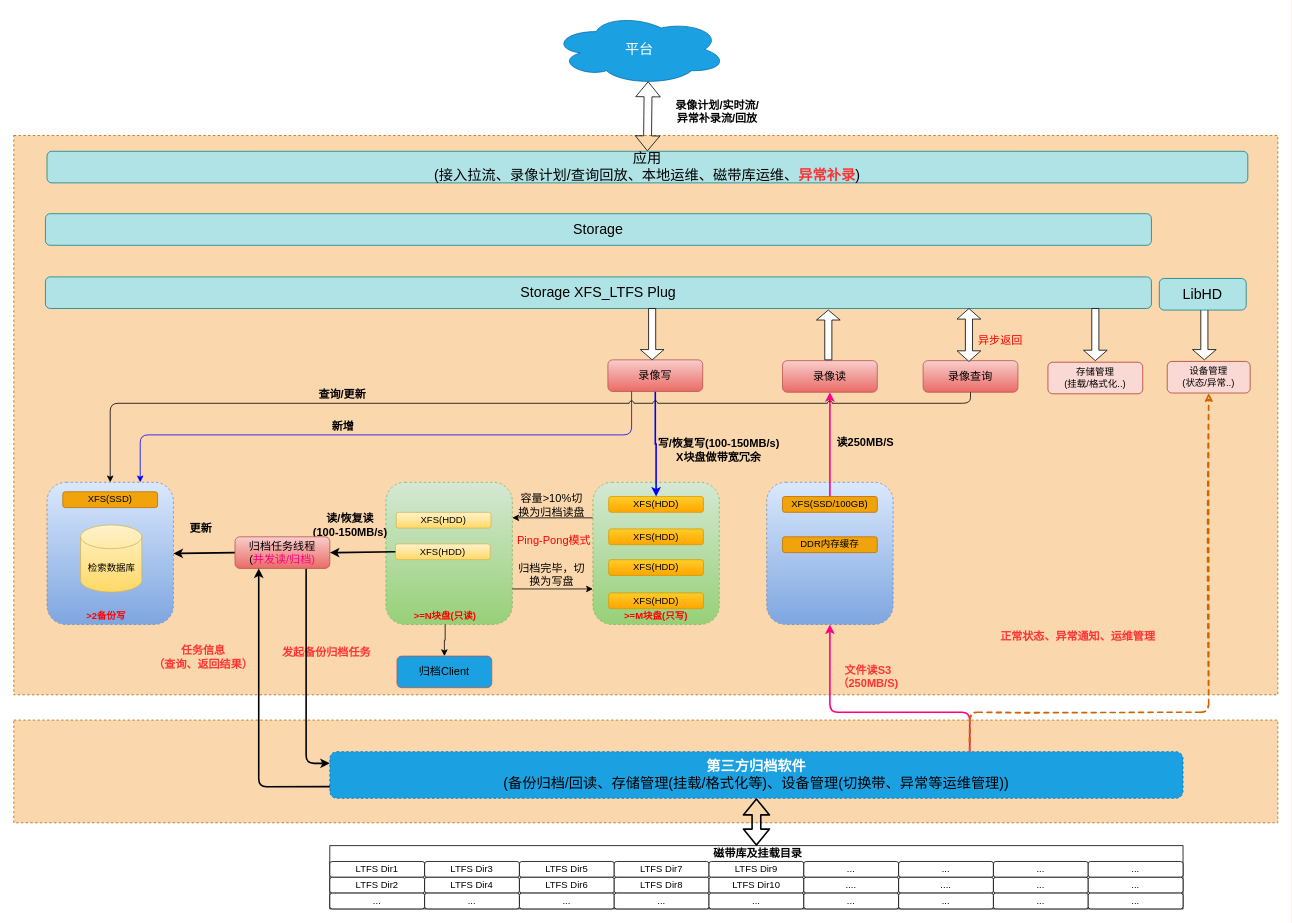
Earlier version of the draw.io diagram page "Page-2" (2 of 2) of Cidai_3.drawio (snowolfhawk/ceph-scripts). Source tidied: cells renumbered, new cells numbered last; positions are measured from the earlier drawing's top-left corner, leaving out a move shared by most shapes. Both pictures are drawn from the tidied source at 79%, with x=0, y=0 at pixel (13, 13).
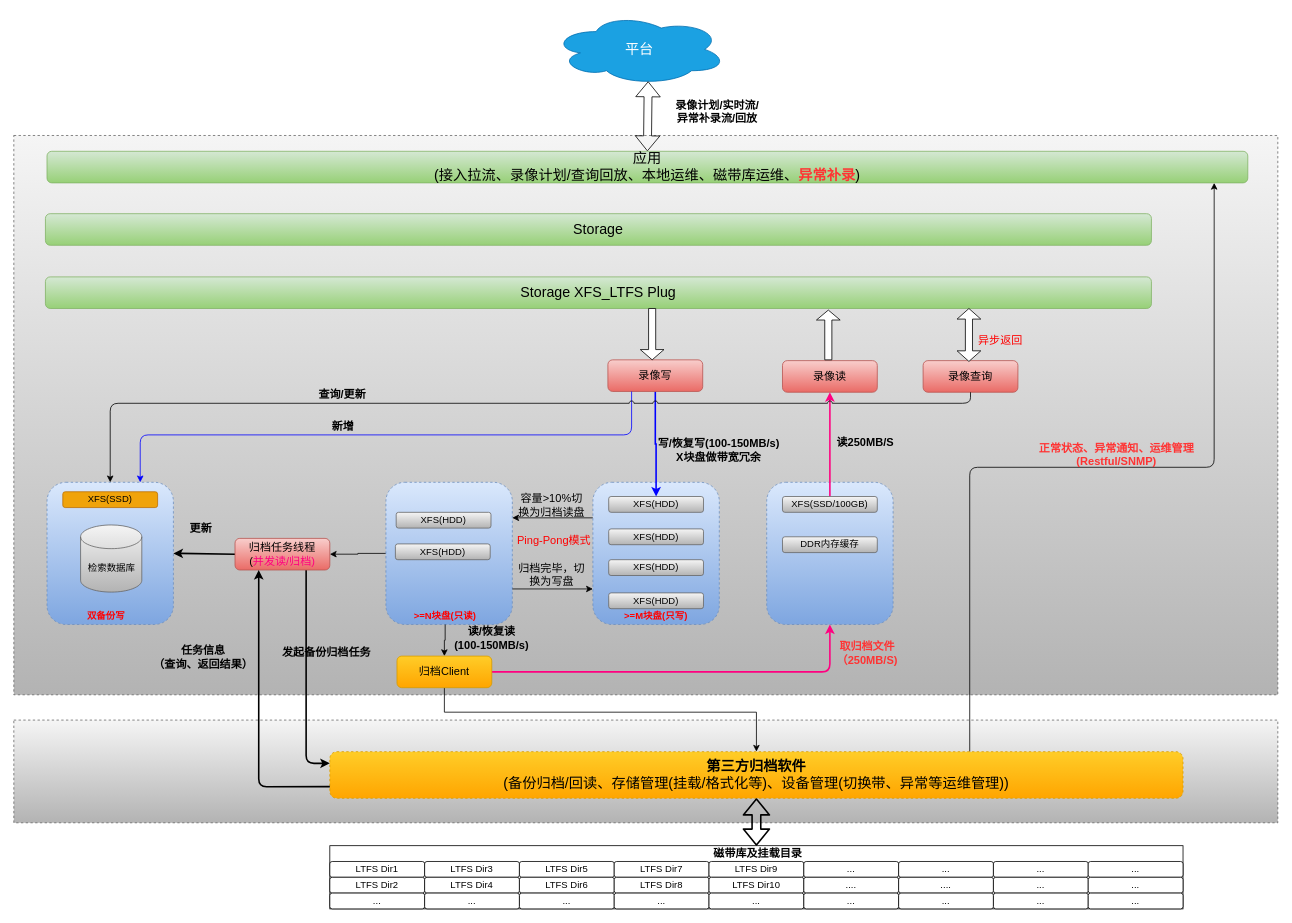
The same diagram, later.

Unchanged cells that the change refers to:
```xml
<mxCell id="5" style="rounded=1;whiteSpace=wrap;html=1;dashed=1;fillColor=#dae8fc;strokeColor=#6c8ebf;gradientColor=#7ea6e0;" parent="1" vertex="1">
  <mxGeometry x="953" y="593" width="160" height="180" as="geometry" />
</mxCell>
```

Change to the diagram source:
```diff
@@
-    <mxCell id="2" style="rounded=0;whiteSpace=wrap;html=1;fontSize=18;dashed=1;fillColor=#fad7ac;strokeColor=#b46504;" parent="1" vertex="1">
+    <mxCell id="2" style="rounded=0;whiteSpace=wrap;html=1;fontSize=18;dashed=1;fillColor=#f5f5f5;gradientColor=#b3b3b3;strokeColor=#666666;" parent="1" vertex="1">
       <mxGeometry y="894" width="1600" height="130" as="geometry" />
     </mxCell>
-    <mxCell id="3" style="rounded=0;whiteSpace=wrap;html=1;fontSize=18;dashed=1;fillColor=#fad7ac;strokeColor=#b46504;" parent="1" vertex="1">
+    <mxCell id="3" style="rounded=0;whiteSpace=wrap;html=1;fontSize=18;dashed=1;shadow=0;glass=0;fillColor=#f5f5f5;gradientColor=#b3b3b3;strokeColor=#666666;" parent="1" vertex="1">
       <mxGeometry y="154" width="1600" height="708" as="geometry" />
     </mxCell>
+    <mxCell id="98" style="edgeStyle=orthogonalEdgeStyle;rounded=0;jettySize=auto;html=1;exitX=0;exitY=0.5;exitDx=0;exitDy=0;entryX=1;entryY=0.5;entryDx=0;entryDy=0;" parent="1" edge="1" source="4" target="84">
+      <mxGeometry relative="1" as="geometry" />
+    </mxCell>
-    <mxCell id="4" style="rounded=1;whiteSpace=wrap;html=1;dashed=1;fillColor=#d5e8d4;strokeColor=#82b366;gradientColor=#97d077;" parent="1" vertex="1">
+    <mxCell id="4" style="rounded=1;whiteSpace=wrap;html=1;dashed=1;fillColor=#dae8fc;strokeColor=#6c8ebf;gradientColor=#7ea6e0;" parent="1" vertex="1">
       <mxGeometry x="471" y="593" width="160" height="180" as="geometry" />
     </mxCell>
@@
-    <mxCell id="9" style="rounded=1;whiteSpace=wrap;html=1;dashed=1;fillColor=#d5e8d4;gradientColor=#97d077;strokeColor=#82b366;" parent="1" vertex="1">
+    <mxCell id="9" style="rounded=1;whiteSpace=wrap;html=1;dashed=1;fillColor=#dae8fc;gradientColor=#7ea6e0;strokeColor=#6c8ebf;" parent="1" vertex="1">
       <mxGeometry x="733" y="593" width="160" height="180" as="geometry" />
     </mxCell>
-    <mxCell id="10" value="&lt;span style=&quot;&quot;&gt;XFS(HDD)&lt;/span&gt;" style="rounded=1;whiteSpace=wrap;html=1;fillColor=#fff2cc;strokeColor=#d6b656;gradientColor=#ffd966;" parent="1" vertex="1">
+    <mxCell id="10" value="&lt;span style=&quot;&quot;&gt;XFS(HDD)&lt;/span&gt;" style="rounded=1;whiteSpace=wrap;html=1;fillColor=#f5f5f5;strokeColor=#666666;gradientColor=#b3b3b3;" parent="1" vertex="1">
       <mxGeometry x="484" y="631" width="120" height="20" as="geometry" />
     </mxCell>
-    <mxCell id="11" value="&lt;span style=&quot;&quot;&gt;XFS(HDD)&lt;/span&gt;" style="rounded=1;whiteSpace=wrap;html=1;fillColor=#ffcd28;gradientColor=#ffa500;strokeColor=#d79b00;" parent="1" vertex="1">
+    <mxCell id="11" value="&lt;span style=&quot;&quot;&gt;XFS(HDD)&lt;/span&gt;" style="rounded=1;whiteSpace=wrap;html=1;fillColor=#f5f5f5;gradientColor=#b3b3b3;strokeColor=#666666;" parent="1" vertex="1">
       <mxGeometry x="753" y="611" width="120" height="20" as="geometry" />
     </mxCell>
-    <mxCell id="12" value="&lt;span style=&quot;&quot;&gt;XFS(HDD)&lt;/span&gt;" style="rounded=1;whiteSpace=wrap;html=1;fillColor=#ffcd28;gradientColor=#ffa500;strokeColor=#d79b00;" parent="1" vertex="1">
+    <mxCell id="12" value="&lt;span style=&quot;&quot;&gt;XFS(HDD)&lt;/span&gt;" style="rounded=1;whiteSpace=wrap;html=1;fillColor=#f5f5f5;gradientColor=#b3b3b3;strokeColor=#666666;" parent="1" vertex="1">
       <mxGeometry x="753" y="652" width="120" height="20" as="geometry" />
     </mxCell>
-    <mxCell id="13" value="&lt;span style=&quot;&quot;&gt;XFS(HDD)&lt;/span&gt;" style="rounded=1;whiteSpace=wrap;html=1;fillColor=#ffcd28;gradientColor=#ffa500;strokeColor=#d79b00;" parent="1" vertex="1">
+    <mxCell id="13" value="&lt;span style=&quot;&quot;&gt;XFS(HDD)&lt;/span&gt;" style="rounded=1;whiteSpace=wrap;html=1;fillColor=#f5f5f5;gradientColor=#b3b3b3;strokeColor=#666666;" parent="1" vertex="1">
       <mxGeometry x="753" y="691" width="120" height="20" as="geometry" />
     </mxCell>
-    <mxCell id="14" value="&lt;span style=&quot;&quot;&gt;XFS(HDD)&lt;/span&gt;" style="rounded=1;whiteSpace=wrap;html=1;fillColor=#ffcd28;gradientColor=#ffa500;strokeColor=#d79b00;" parent="1" vertex="1">
+    <mxCell id="14" value="&lt;span style=&quot;&quot;&gt;XFS(HDD)&lt;/span&gt;" style="rounded=1;whiteSpace=wrap;html=1;fillColor=#f5f5f5;gradientColor=#b3b3b3;strokeColor=#666666;" parent="1" vertex="1">
       <mxGeometry x="753" y="733" width="120" height="20" as="geometry" />
     </mxCell>
@@
-    <mxCell id="19" value="&lt;span style=&quot;&quot;&gt;XFS(SSD/100GB)&lt;/span&gt;" style="rounded=1;whiteSpace=wrap;html=1;fillColor=#f0a30a;strokeColor=#BD7000;fontColor=#000000;" parent="1" vertex="1">
+    <mxCell id="19" value="&lt;span style=&quot;&quot;&gt;XFS(SSD/100GB)&lt;/span&gt;" style="rounded=1;whiteSpace=wrap;html=1;fillColor=#f5f5f5;strokeColor=#666666;gradientColor=#b3b3b3;" parent="1" vertex="1">
       <mxGeometry x="973" y="611" width="120" height="20" as="geometry" />
     </mxCell>
@@
-    <mxCell id="37" value="&lt;b&gt;&lt;font color=&quot;#ff3333&quot; style=&quot;font-size: 14px;&quot;&gt;文件读S3（250MB/S)&lt;/font&gt;&lt;/b&gt;" style="text;html=1;strokeColor=none;fillColor=none;align=center;verticalAlign=middle;whiteSpace=wrap;rounded=0;" parent="1" vertex="1">
-      <mxGeometry x="1033" y="824" width="97" height="29" as="geometry" />
+    <mxCell id="37" value="&lt;b&gt;&lt;font color=&quot;#ff3333&quot; style=&quot;font-size: 14px;&quot;&gt;取归档文件（250MB/S)&lt;/font&gt;&lt;/b&gt;" style="text;html=1;strokeColor=none;fillColor=none;align=center;verticalAlign=middle;whiteSpace=wrap;rounded=0;" parent="1" vertex="1">
+      <mxGeometry x="1029.5" y="794.5" width="100.5" height="29" as="geometry" />
     </mxCell>
@@
     <mxCell id="39" value="&lt;b&gt;&lt;font style=&quot;font-size: 14px;&quot;&gt;读/恢复读&lt;br&gt;(100-150MB/s)&lt;/font&gt;&lt;br&gt;&lt;/b&gt;" style="text;html=1;strokeColor=none;fillColor=none;align=center;verticalAlign=middle;whiteSpace=wrap;rounded=0;" parent="1" vertex="1">
-      <mxGeometry x="356" y="632" width="140" height="30" as="geometry" />
+      <mxGeometry x="535" y="775" width="140" height="30" as="geometry" />
     </mxCell>
@@
-    <mxCell id="47" value="DDR内存缓存" style="rounded=1;whiteSpace=wrap;html=1;fillColor=#f0a30a;strokeColor=#BD7000;fontColor=#000000;" parent="1" vertex="1">
+    <mxCell id="47" value="DDR内存缓存" style="rounded=1;whiteSpace=wrap;html=1;fillColor=#f5f5f5;strokeColor=#666666;gradientColor=#b3b3b3;" parent="1" vertex="1">
       <mxGeometry x="973" y="662" width="120" height="20" as="geometry" />
     </mxCell>
-    <mxCell id="48" value="&lt;font color=&quot;#ff3333&quot;&gt;&lt;span style=&quot;font-size: 14px;&quot;&gt;&lt;b&gt;发起备份归档任务&lt;/b&gt;&lt;/span&gt;&lt;/font&gt;" style="text;html=1;strokeColor=none;fillColor=none;align=center;verticalAlign=middle;whiteSpace=wrap;rounded=0;" parent="1" vertex="1">
+    <mxCell id="48" value="&lt;span style=&quot;font-size: 14px;&quot;&gt;&lt;b style=&quot;&quot;&gt;发起备份归档任务&lt;/b&gt;&lt;/span&gt;" style="text;html=1;strokeColor=none;fillColor=none;align=center;verticalAlign=middle;whiteSpace=wrap;rounded=0;" parent="1" vertex="1">
       <mxGeometry x="321" y="785" width="150" height="48" as="geometry" />
     </mxCell>
@@
-    <mxCell id="52" value="检索数据库" style="shape=cylinder3;whiteSpace=wrap;html=1;boundedLbl=1;backgroundOutline=1;size=15;fillColor=#fff2cc;gradientColor=#ffd966;strokeColor=#d6b656;" parent="1" vertex="1">
+    <mxCell id="52" value="检索数据库" style="shape=cylinder3;whiteSpace=wrap;html=1;boundedLbl=1;backgroundOutline=1;size=15;fillColor=#f5f5f5;gradientColor=#b3b3b3;strokeColor=#666666;" parent="1" vertex="1">
       <mxGeometry x="84.5" y="647" width="77.5" height="85" as="geometry" />
     </mxCell>
@@
-    <mxCell id="55" value="&lt;font style=&quot;font-size: 18px;&quot;&gt;Storage XFS_LTFS Plug&lt;/font&gt;" style="rounded=1;whiteSpace=wrap;html=1;fillColor=#b0e3e6;strokeColor=#0e8088;" parent="1" vertex="1">
+    <mxCell id="55" value="&lt;font style=&quot;font-size: 18px;&quot;&gt;Storage XFS_LTFS Plug&lt;/font&gt;" style="rounded=1;whiteSpace=wrap;html=1;fillColor=#d5e8d4;strokeColor=#82b366;gradientColor=#97d077;" parent="1" vertex="1">
       <mxGeometry x="40" y="333" width="1400" height="40" as="geometry" />
     </mxCell>
-    <mxCell id="56" value="&lt;font style=&quot;font-size: 18px;&quot;&gt;Storage&lt;/font&gt;" style="rounded=1;whiteSpace=wrap;html=1;fillColor=#b0e3e6;strokeColor=#0e8088;" parent="1" vertex="1">
+    <mxCell id="56" value="&lt;font style=&quot;font-size: 18px;&quot;&gt;Storage&lt;/font&gt;" style="rounded=1;whiteSpace=wrap;html=1;fillColor=#d5e8d4;strokeColor=#82b366;gradientColor=#97d077;" parent="1" vertex="1">
       <mxGeometry x="40" y="253" width="1400" height="40" as="geometry" />
     </mxCell>
@@
-    <mxCell id="58" value="&lt;span style=&quot;&quot;&gt;XFS(HDD)&lt;/span&gt;" style="rounded=1;whiteSpace=wrap;html=1;fillColor=#fff2cc;strokeColor=#d6b656;gradientColor=#ffd966;" parent="1" vertex="1">
+    <mxCell id="58" value="&lt;span style=&quot;&quot;&gt;XFS(HDD)&lt;/span&gt;" style="rounded=1;whiteSpace=wrap;html=1;fillColor=#f5f5f5;strokeColor=#666666;gradientColor=#b3b3b3;" parent="1" vertex="1">
       <mxGeometry x="483" y="671" width="120" height="20" as="geometry" />
     </mxCell>
-    <mxCell id="59" value="存储管理&lt;br&gt;(挂载/格式化..)" style="rounded=1;whiteSpace=wrap;html=1;fillColor=#fad9d5;strokeColor=#ae4132;" parent="1" vertex="1">
-      <mxGeometry x="1309" y="441" width="120" height="40" as="geometry" />
-    </mxCell>
@@
-    <mxCell id="65" style="shape=singleArrow;direction=south;whiteSpace=wrap;html=1;fontColor=#FF0000;" parent="1" vertex="1">
-      <mxGeometry x="1354" y="373" width="30" height="66" as="geometry" />
-    </mxCell>
-    <mxCell id="66" value="&lt;font color=&quot;#ff0000&quot;&gt;&lt;b&gt;&amp;gt;2备份写&lt;/b&gt;&lt;/font&gt;" style="text;html=1;strokeColor=none;fillColor=none;align=center;verticalAlign=middle;whiteSpace=wrap;rounded=0;" parent="1" vertex="1">
+    <mxCell id="66" value="&lt;font color=&quot;#ff0000&quot;&gt;&lt;b&gt;双备份写&lt;/b&gt;&lt;/font&gt;" style="text;html=1;strokeColor=none;fillColor=none;align=center;verticalAlign=middle;whiteSpace=wrap;rounded=0;" parent="1" vertex="1">
       <mxGeometry x="72" y="753" width="90" height="20" as="geometry" />
     </mxCell>
-    <mxCell id="67" style="edgeStyle=orthogonalEdgeStyle;rounded=1;jumpStyle=arc;jettySize=auto;html=1;exitX=0.75;exitY=0;exitDx=0;exitDy=0;entryX=0.5;entryY=1;entryDx=0;entryDy=0;fontSize=14;fontColor=#FF0080;strokeColor=#FF0080;strokeWidth=2;" parent="1" edge="1" source="68" target="5">
+    <mxCell id="67" style="edgeStyle=orthogonalEdgeStyle;rounded=1;jumpStyle=arc;jettySize=auto;html=1;exitX=1;exitY=0.5;exitDx=0;exitDy=0;entryX=0.5;entryY=1;entryDx=0;entryDy=0;fontSize=14;fontColor=#FF0080;strokeColor=#FF0080;strokeWidth=2;" parent="1" edge="1" source="97" target="5">
       <mxGeometry relative="1" as="geometry">
         <Array as="points">
-          <mxPoint x="1210" y="884" />
-          <mxPoint x="1033" y="884" />
+          <mxPoint x="1033" y="833" />
         </Array>
       </mxGeometry>
     </mxCell>
+    <mxCell id="99" style="edgeStyle=orthogonalEdgeStyle;rounded=1;jettySize=auto;html=1;exitX=0.75;exitY=0;exitDx=0;exitDy=0;entryX=0.972;entryY=1;entryDx=0;entryDy=0;entryPerimeter=0;" parent="1" edge="1" source="68" target="95">
+      <mxGeometry relative="1" as="geometry" />
+    </mxCell>
-    <mxCell id="68" value="&lt;span style=&quot;font-size: 18px;&quot;&gt;&lt;b&gt;第三方归档软件&lt;/b&gt;&lt;br&gt;&lt;font color=&quot;#000000&quot;&gt;(备份归档/回读、存储管理(挂载/格式化等)、设备管理(切换带、异常等运维管理))&lt;/font&gt;&lt;/span&gt;" style="rounded=1;whiteSpace=wrap;html=1;fillColor=#1ba1e2;strokeColor=#006EAF;fontColor=#ffffff;dashed=1;" parent="1" vertex="1">
+    <mxCell id="68" value="&lt;span style=&quot;font-size: 18px;&quot;&gt;&lt;b&gt;第三方归档软件&lt;/b&gt;&lt;br&gt;&lt;font color=&quot;#000000&quot;&gt;(备份归档/回读、存储管理(挂载/格式化等)、设备管理(切换带、异常等运维管理))&lt;/font&gt;&lt;/span&gt;" style="rounded=1;whiteSpace=wrap;html=1;fillColor=#ffcd28;strokeColor=#d79b00;dashed=1;gradientColor=#ffa500;" parent="1" vertex="1">
       <mxGeometry x="400" y="934" width="1080" height="59" as="geometry" />
     </mxCell>
@@
-    <mxCell id="81" value="&lt;font color=&quot;#ff3333&quot;&gt;&lt;span style=&quot;font-size: 14px;&quot;&gt;&lt;b&gt;任务信息&lt;br&gt;（查询、返回结果）&lt;/b&gt;&lt;/span&gt;&lt;/font&gt;" style="text;html=1;strokeColor=none;fillColor=none;align=center;verticalAlign=middle;whiteSpace=wrap;rounded=0;" parent="1" vertex="1">
+    <mxCell id="81" value="&lt;span style=&quot;font-size: 14px;&quot;&gt;&lt;b style=&quot;&quot;&gt;任务信息&lt;br&gt;（查询、返回结果）&lt;/b&gt;&lt;/span&gt;" style="text;html=1;strokeColor=none;fillColor=none;align=center;verticalAlign=middle;whiteSpace=wrap;rounded=0;" parent="1" vertex="1">
       <mxGeometry x="170" y="794" width="140" height="39" as="geometry" />
     </mxCell>
@@
     <mxCell id="84" value="&lt;font style=&quot;font-size: 14px;&quot;&gt;归档任务线程&lt;br&gt;(&lt;font color=&quot;#ff0080&quot;&gt;并发读/归档)&lt;/font&gt;&lt;/font&gt;" style="rounded=1;whiteSpace=wrap;html=1;fillColor=#f8cecc;gradientColor=#ea6b66;strokeColor=#b85450;" parent="1" vertex="1">
-      <mxGeometry x="280" y="662" width="120" height="40" as="geometry" />
+      <mxGeometry x="280" y="664" width="120" height="40" as="geometry" />
     </mxCell>
-    <mxCell id="85" style="edgeStyle=orthogonalEdgeStyle;rounded=1;jumpStyle=arc;jettySize=auto;html=1;fontSize=14;fontColor=#FF3333;strokeColor=#000000;strokeWidth=2;entryX=1;entryY=0.5;entryDx=0;entryDy=0;" parent="1" edge="1" source="58" target="84">
-      <mxGeometry relative="1" as="geometry" />
-    </mxCell>
@@
-    <mxCell id="88" value="设备管理&lt;br&gt;(状态/异常..)" style="rounded=1;whiteSpace=wrap;html=1;fillColor=#fad9d5;strokeColor=#ae4132;" parent="1" vertex="1">
-      <mxGeometry x="1460" y="440" width="105" height="40" as="geometry" />
-    </mxCell>
-    <mxCell id="89" style="edgeStyle=orthogonalEdgeStyle;rounded=1;sketch=1;jumpStyle=arc;jettySize=auto;html=1;exitX=0.75;exitY=0;exitDx=0;exitDy=0;entryX=0.5;entryY=1;entryDx=0;entryDy=0;fontSize=14;fontColor=#000000;strokeColor=#CC6600;strokeWidth=2;dashed=1;" parent="1" edge="1" source="68" target="88">
-      <mxGeometry relative="1" as="geometry">
-        <Array as="points">
-          <mxPoint x="1210" y="884" />
-          <mxPoint x="1513" y="884" />
-        </Array>
-      </mxGeometry>
-    </mxCell>
-    <mxCell id="90" style="shape=singleArrow;direction=south;whiteSpace=wrap;html=1;fontColor=#FF0000;" parent="1" vertex="1">
-      <mxGeometry x="1492" y="373" width="30" height="65" as="geometry" />
-    </mxCell>
-    <mxCell id="91" value="&lt;font style=&quot;font-size: 18px;&quot;&gt;LibHD&lt;/font&gt;" style="rounded=1;whiteSpace=wrap;html=1;fillColor=#b0e3e6;strokeColor=#0e8088;" parent="1" vertex="1">
-      <mxGeometry x="1450" y="335" width="110" height="40" as="geometry" />
-    </mxCell>
@@
-    <mxCell id="95" value="&lt;span style=&quot;font-size: 18px;&quot;&gt;应用&lt;br&gt;(接入拉流、录像计划/查询回放、本地运维、磁带库运维、&lt;font color=&quot;#ff3333&quot;&gt;&lt;b&gt;异常补录&lt;/b&gt;&lt;/font&gt;)&lt;/span&gt;" style="rounded=1;whiteSpace=wrap;html=1;fillColor=#b0e3e6;strokeColor=#0e8088;" parent="1" vertex="1">
+    <mxCell id="95" value="&lt;span style=&quot;font-size: 18px;&quot;&gt;应用&lt;br&gt;(接入拉流、录像计划/查询回放、本地运维、磁带库运维、&lt;font color=&quot;#ff3333&quot;&gt;&lt;b&gt;异常补录&lt;/b&gt;&lt;/font&gt;)&lt;/span&gt;" style="rounded=1;whiteSpace=wrap;html=1;fillColor=#d5e8d4;strokeColor=#82b366;gradientColor=#97d077;" parent="1" vertex="1">
       <mxGeometry x="42" y="174" width="1520" height="40" as="geometry" />
     </mxCell>
-    <mxCell id="96" value="&lt;font color=&quot;#ff3333&quot;&gt;&lt;span style=&quot;font-size: 14px;&quot;&gt;&lt;b&gt;正常状态、异常通知、运维管理&lt;/b&gt;&lt;/span&gt;&lt;/font&gt;" style="text;html=1;strokeColor=none;fillColor=none;align=center;verticalAlign=middle;whiteSpace=wrap;rounded=0;" parent="1" vertex="1">
-      <mxGeometry x="1240" y="773" width="213.5" height="29" as="geometry" />
+    <mxCell id="96" value="&lt;font color=&quot;#ff3333&quot;&gt;&lt;span style=&quot;font-size: 14px;&quot;&gt;&lt;b&gt;正常状态、异常通知、运维管理&lt;br&gt;(Restful/SNMP)&lt;br&gt;&lt;/b&gt;&lt;/span&gt;&lt;/font&gt;" style="text;html=1;strokeColor=none;fillColor=none;align=center;verticalAlign=middle;whiteSpace=wrap;rounded=0;" parent="1" vertex="1">
+      <mxGeometry x="1289" y="543" width="213.5" height="29" as="geometry" />
     </mxCell>
+    <mxCell id="100" style="edgeStyle=orthogonalEdgeStyle;rounded=0;jettySize=auto;html=1;exitX=0.5;exitY=1;exitDx=0;exitDy=0;" parent="1" edge="1" source="97" target="68">
+      <mxGeometry relative="1" as="geometry">
+        <Array as="points">
+          <mxPoint x="545" y="884" />
+          <mxPoint x="940" y="884" />
+        </Array>
+      </mxGeometry>
+    </mxCell>
-    <mxCell id="97" value="&lt;span style=&quot;font-size: 14px;&quot;&gt;归档Client&lt;/span&gt;" style="rounded=1;whiteSpace=wrap;html=1;fillColor=#1BA1E2;gradientColor=none;strokeColor=#b85450;" parent="1" vertex="1">
+    <mxCell id="97" value="&lt;span style=&quot;font-size: 14px;&quot;&gt;归档Client&lt;/span&gt;" style="rounded=1;whiteSpace=wrap;html=1;fillColor=#ffcd28;gradientColor=#ffa500;strokeColor=#d79b00;" parent="1" vertex="1">
       <mxGeometry x="485" y="813" width="120" height="40" as="geometry" />
     </mxCell>
```
